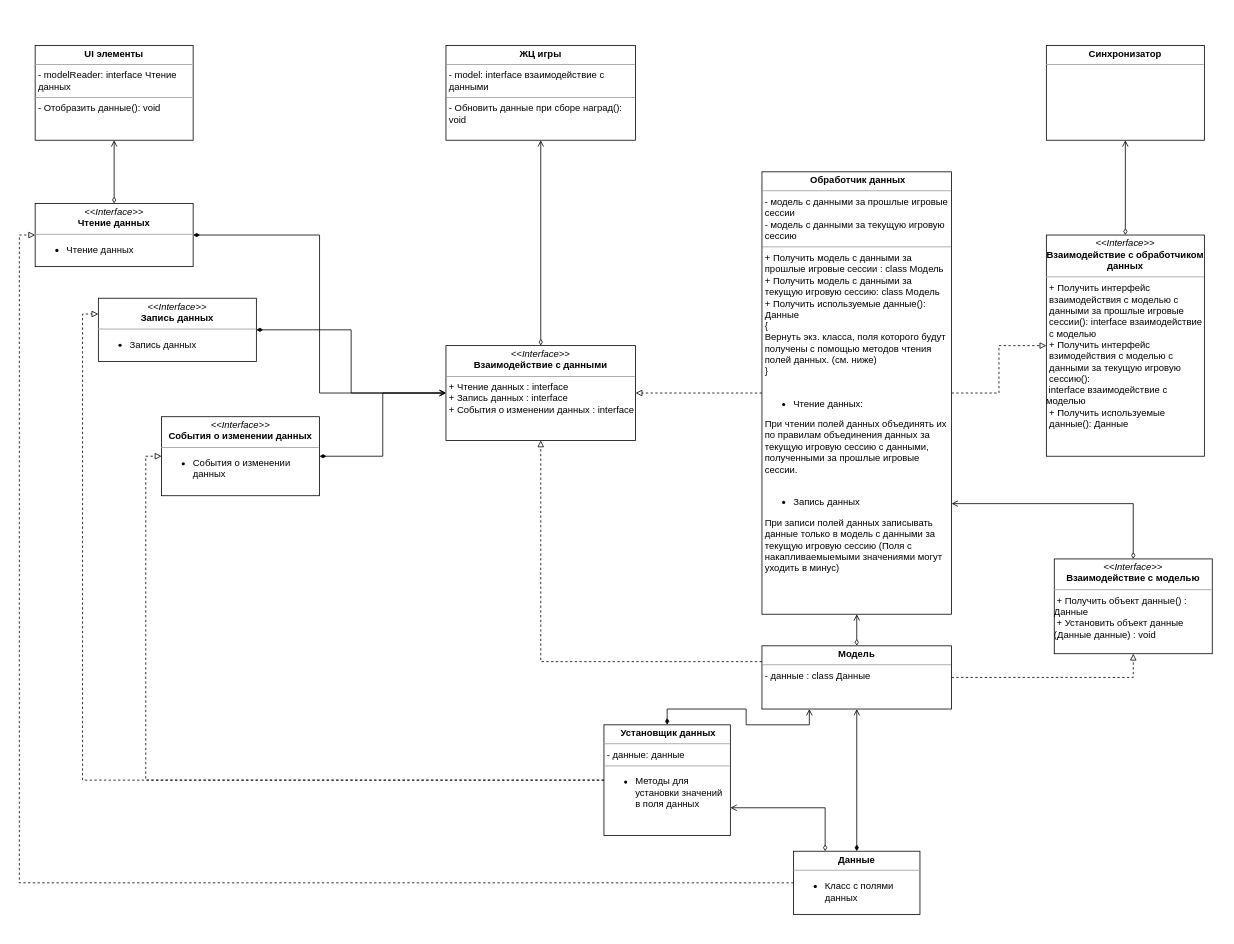
This is Документация/Проектирование кода/Работа с данными/Модель с данными UML.drawio from PurposeTo/JumpingDreamer, a draw.io file, before an edit. Source tidied: cells renumbered, new cells numbered last; positions are measured from the earlier drawing's top-left corner, leaving out a move shared by most shapes. Both pictures are drawn from the tidied source at 79%, with x=0, y=0 at pixel (35, 45).
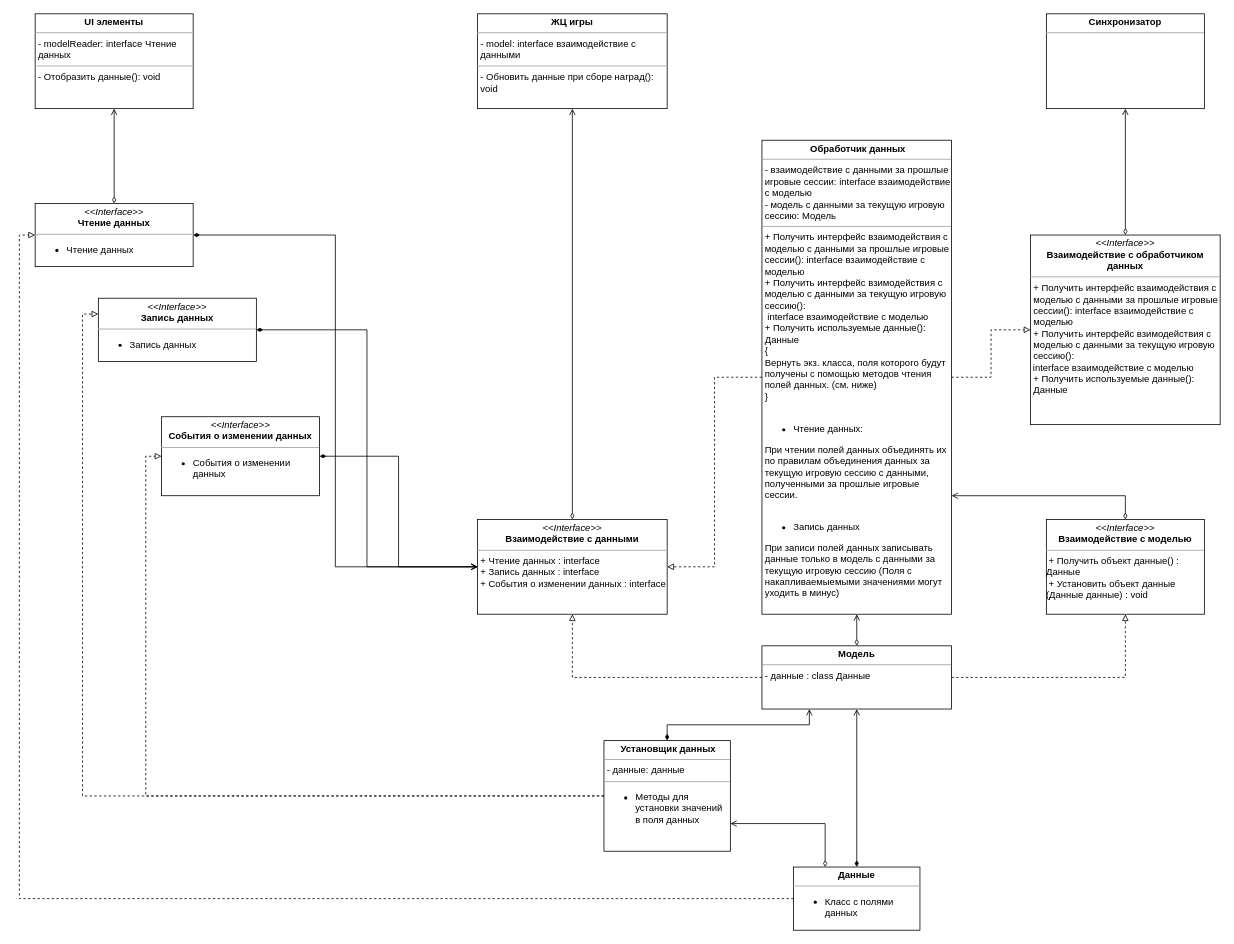
After the change.

Commit message (it also covers changes not shown here):
Update Работа с данными

The change refers to these unchanged cells:
```xml
<mxCell id="23" value="&lt;p style=&quot;margin: 0px ; margin-top: 4px ; text-align: center&quot;&gt;&lt;b&gt;Модель&lt;/b&gt;&lt;/p&gt;&lt;hr size=&quot;1&quot;&gt;&lt;p style=&quot;margin: 0px ; margin-left: 4px&quot;&gt;- данные : class Данные&lt;/p&gt;" style="verticalAlign=top;align=left;overflow=fill;fontSize=12;fontFamily=Helvetica;html=1;whiteSpace=wrap;" parent="1" vertex="1">
  <mxGeometry x="920" y="760" width="240" height="80" as="geometry" />
</mxCell>
```

The edit, as a diff of the source:
```diff
@@
-    <mxCell id="6" value="&lt;p style=&quot;margin: 0px ; margin-top: 4px ; text-align: center&quot;&gt;&lt;b&gt;&amp;nbsp;Обработчик данных&lt;/b&gt;&lt;/p&gt;&lt;hr size=&quot;1&quot;&gt;&lt;p style=&quot;margin: 0px 0px 0px 4px&quot;&gt;- модель&amp;nbsp;с данными за прошлые игровые сессии&lt;/p&gt;&lt;p style=&quot;margin: 0px 0px 0px 4px&quot;&gt;- модель с данными за текущую игровую сессию&lt;/p&gt;&lt;hr size=&quot;1&quot;&gt;&lt;p style=&quot;margin: 0px ; margin-left: 4px&quot;&gt;+ Получить модель с данными за прошлые игровые сессии : class Модель&lt;/p&gt;&lt;p style=&quot;margin: 0px ; margin-left: 4px&quot;&gt;+ Получить модель с данными за текущую игровую сессию: class Модель&lt;/p&gt;&lt;p style=&quot;margin: 0px ; margin-left: 4px&quot;&gt;+ Получить используемые данные(): Данные&lt;/p&gt;&lt;p style=&quot;margin: 0px ; margin-left: 4px&quot;&gt;{&lt;/p&gt;&lt;p style=&quot;margin: 0px ; margin-left: 4px&quot;&gt;Вернуть экз. класса, поля которого будут получены с помощью методов чтения полей данных. (см. ниже)&lt;/p&gt;&lt;p style=&quot;margin: 0px ; margin-left: 4px&quot;&gt;}&lt;/p&gt;&lt;p style=&quot;margin: 0px ; margin-left: 4px&quot;&gt;&lt;br&gt;&lt;/p&gt;&lt;p style=&quot;margin: 0px ; margin-left: 4px&quot;&gt;&lt;/p&gt;&lt;ul&gt;&lt;li&gt;Чтение данных:&lt;/li&gt;&lt;/ul&gt;&lt;p&gt;&lt;/p&gt;&lt;p style=&quot;margin: 0px ; margin-left: 4px&quot;&gt;При чтении полей данных объединять их по правилам объединения данных за текущую игровую сессию с данными, полученными за прошлые игровые сессии.&lt;br&gt;&lt;/p&gt;&lt;p style=&quot;margin: 0px ; margin-left: 4px&quot;&gt;&lt;br&gt;&lt;/p&gt;&lt;p style=&quot;margin: 0px ; margin-left: 4px&quot;&gt;&lt;/p&gt;&lt;ul&gt;&lt;li&gt;Запись данных&lt;/li&gt;&lt;/ul&gt;&lt;p&gt;&lt;/p&gt;&lt;p style=&quot;margin: 0px ; margin-left: 4px&quot;&gt;При записи полей данных записывать данные только в модель с данными за текущую игровую сессию (Поля с накапливаемыемыми значениями могут уходить в минус)&lt;/p&gt;" style="verticalAlign=top;align=left;overflow=fill;fontSize=12;fontFamily=Helvetica;html=1;whiteSpace=wrap;" parent="1" vertex="1">
-      <mxGeometry x="920" y="160" width="240" height="560" as="geometry" />
+    <mxCell id="6" value="&lt;p style=&quot;margin: 0px ; margin-top: 4px ; text-align: center&quot;&gt;&lt;b&gt;&amp;nbsp;Обработчик данных&lt;/b&gt;&lt;/p&gt;&lt;hr size=&quot;1&quot;&gt;&lt;p style=&quot;margin: 0px 0px 0px 4px&quot;&gt;- взаимодействие с данными за прошлые игровые сессии: interface взаимодействие с моделью&lt;/p&gt;&lt;p style=&quot;margin: 0px 0px 0px 4px&quot;&gt;- модель с данными за текущую игровую сессию: Модель&amp;nbsp;&lt;/p&gt;&lt;hr size=&quot;1&quot;&gt;&lt;p style=&quot;margin: 0px ; margin-left: 4px&quot;&gt;+ Получить интерфейс взаимодействия с моделью с данными за прошлые игровые сессии(): interface взаимодействие с моделью&lt;br&gt;&lt;/p&gt;&lt;p style=&quot;margin: 0px 0px 0px 4px&quot;&gt;+ Получить интерфейс взимодействия с моделью с данными за текущую игровую сессию():&amp;nbsp;&lt;/p&gt;&lt;p style=&quot;margin: 0px ; margin-left: 4px&quot;&gt;&amp;nbsp;interface взаимодействие с моделью&lt;br&gt;&lt;/p&gt;&lt;p style=&quot;margin: 0px ; margin-left: 4px&quot;&gt;+ Получить используемые данные(): Данные&lt;/p&gt;&lt;p style=&quot;margin: 0px ; margin-left: 4px&quot;&gt;{&lt;/p&gt;&lt;p style=&quot;margin: 0px ; margin-left: 4px&quot;&gt;Вернуть экз. класса, поля которого будут получены с помощью методов чтения полей данных. (см. ниже)&lt;/p&gt;&lt;p style=&quot;margin: 0px ; margin-left: 4px&quot;&gt;}&lt;/p&gt;&lt;p style=&quot;margin: 0px ; margin-left: 4px&quot;&gt;&lt;br&gt;&lt;/p&gt;&lt;p style=&quot;margin: 0px ; margin-left: 4px&quot;&gt;&lt;/p&gt;&lt;ul&gt;&lt;li&gt;Чтение данных:&lt;/li&gt;&lt;/ul&gt;&lt;p&gt;&lt;/p&gt;&lt;p style=&quot;margin: 0px ; margin-left: 4px&quot;&gt;При чтении полей данных объединять их по правилам объединения данных за текущую игровую сессию с данными, полученными за прошлые игровые сессии.&lt;br&gt;&lt;/p&gt;&lt;p style=&quot;margin: 0px ; margin-left: 4px&quot;&gt;&lt;br&gt;&lt;/p&gt;&lt;p style=&quot;margin: 0px ; margin-left: 4px&quot;&gt;&lt;/p&gt;&lt;ul&gt;&lt;li&gt;Запись данных&lt;/li&gt;&lt;/ul&gt;&lt;p&gt;&lt;/p&gt;&lt;p style=&quot;margin: 0px ; margin-left: 4px&quot;&gt;При записи полей данных записывать данные только в модель с данными за текущую игровую сессию (Поля с накапливаемыемыми значениями могут уходить в минус)&lt;/p&gt;" style="verticalAlign=top;align=left;overflow=fill;fontSize=12;fontFamily=Helvetica;html=1;whiteSpace=wrap;" parent="1" vertex="1">
+      <mxGeometry x="920" y="120" width="240" height="600" as="geometry" />
     </mxCell>
@@
     <mxCell id="10" value="&lt;p style=&quot;margin: 0px ; margin-top: 4px ; text-align: center&quot;&gt;&lt;b&gt;Синхронизатор&lt;/b&gt;&lt;/p&gt;&lt;hr size=&quot;1&quot;&gt;&lt;p style=&quot;margin: 0px ; margin-left: 4px&quot;&gt;&lt;br&gt;&lt;/p&gt;" style="verticalAlign=top;align=left;overflow=fill;fontSize=12;fontFamily=Helvetica;html=1;whiteSpace=wrap;" parent="1" vertex="1">
-      <mxGeometry x="1280" width="200" height="120" as="geometry" />
+      <mxGeometry x="1280" y="-40" width="200" height="120" as="geometry" />
     </mxCell>
@@
     <mxCell id="16" value="&lt;p style=&quot;margin: 0px ; margin-top: 4px ; text-align: center&quot;&gt;&lt;i&gt;&amp;lt;&amp;lt;Interface&amp;gt;&amp;gt;&lt;/i&gt;&lt;br&gt;&lt;b&gt;Взаимодействие с моделью&lt;/b&gt;&lt;/p&gt;&lt;hr size=&quot;1&quot;&gt;&lt;p style=&quot;margin: 0px ; margin-left: 4px&quot;&gt;&lt;/p&gt;&lt;span&gt;&amp;nbsp;+ Получить объект данные() :&amp;nbsp; Данные&lt;/span&gt;&lt;br&gt;&lt;span&gt;&amp;nbsp;+ Установить объект данные (Данные данные) : void&lt;/span&gt;&lt;br&gt;&lt;p&gt;&lt;/p&gt;" style="verticalAlign=top;align=left;overflow=fill;fontSize=12;fontFamily=Helvetica;html=1;whiteSpace=wrap;" parent="1" vertex="1">
-      <mxGeometry x="1290" y="650" width="200" height="120" as="geometry" />
+      <mxGeometry x="1280" y="600" width="200" height="120" as="geometry" />
     </mxCell>
@@
     <mxCell id="19" value="&lt;p style=&quot;margin: 0px ; margin-top: 4px ; text-align: center&quot;&gt;&lt;b&gt;UI элементы&lt;/b&gt;&lt;br&gt;&lt;/p&gt;&lt;hr size=&quot;1&quot;&gt;&lt;p style=&quot;margin: 0px ; margin-left: 4px&quot;&gt;- modelReader: interface Чтение данных&lt;br&gt;&lt;/p&gt;&lt;hr size=&quot;1&quot;&gt;&lt;p style=&quot;margin: 0px ; margin-left: 4px&quot;&gt;- Отобразить данные(): void&lt;br&gt;&lt;/p&gt;" style="verticalAlign=top;align=left;overflow=fill;fontSize=12;fontFamily=Helvetica;html=1;whiteSpace=wrap;" parent="1" vertex="1">
-      <mxGeometry width="200" height="120" as="geometry" />
+      <mxGeometry y="-40" width="200" height="120" as="geometry" />
     </mxCell>
     <mxCell id="20" value="&lt;p style=&quot;margin: 0px ; margin-top: 4px ; text-align: center&quot;&gt;&lt;b&gt;ЖЦ игры&lt;/b&gt;&lt;br&gt;&lt;/p&gt;&lt;hr size=&quot;1&quot;&gt;&lt;p style=&quot;margin: 0px ; margin-left: 4px&quot;&gt;- model: interface взаимодействие с данными&lt;br&gt;&lt;/p&gt;&lt;hr size=&quot;1&quot;&gt;&lt;p style=&quot;margin: 0px ; margin-left: 4px&quot;&gt;- Обновить данные при сборе наград(): void&lt;br&gt;&lt;/p&gt;" style="verticalAlign=top;align=left;overflow=fill;fontSize=12;fontFamily=Helvetica;html=1;whiteSpace=wrap;" parent="1" vertex="1">
-      <mxGeometry x="520" width="240" height="120" as="geometry" />
+      <mxGeometry x="560" y="-40" width="240" height="120" as="geometry" />
     </mxCell>
     <mxCell id="21" value="&lt;p style=&quot;margin: 0px ; margin-top: 4px ; text-align: center&quot;&gt;&lt;/p&gt;&lt;p style=&quot;margin: 4px 0px 0px ; text-align: center&quot;&gt;&lt;i&gt;&amp;lt;&amp;lt;Interface&amp;gt;&amp;gt;&lt;/i&gt;&lt;br&gt;&lt;b&gt;Взаимодействие с данными&lt;/b&gt;&lt;/p&gt;&lt;hr size=&quot;1&quot;&gt;&lt;p style=&quot;margin: 0px ; margin-left: 4px&quot;&gt;+ Чтение данных : interface&lt;/p&gt;&lt;p style=&quot;margin: 0px ; margin-left: 4px&quot;&gt;+ Запись данных : interface&lt;/p&gt;&lt;p style=&quot;margin: 0px ; margin-left: 4px&quot;&gt;+ События о изменении данных : i&lt;span&gt;nterface&lt;/span&gt;&lt;/p&gt;" style="verticalAlign=top;align=left;overflow=fill;fontSize=12;fontFamily=Helvetica;html=1;whiteSpace=wrap;" parent="1" vertex="1">
-      <mxGeometry x="520" y="380" width="240" height="120" as="geometry" />
+      <mxGeometry x="560" y="600" width="240" height="120" as="geometry" />
     </mxCell>
     <mxCell id="22" value="&lt;p style=&quot;margin: 0px ; margin-top: 4px ; text-align: center&quot;&gt;&lt;b&gt;Данные&lt;/b&gt;&lt;/p&gt;&lt;hr size=&quot;1&quot;&gt;&lt;p style=&quot;margin: 0px ; margin-left: 4px&quot;&gt;&lt;/p&gt;&lt;ul&gt;&lt;li&gt;Класс с полями данных&lt;/li&gt;&lt;/ul&gt;&lt;p&gt;&lt;/p&gt;" style="verticalAlign=top;align=left;overflow=fill;fontSize=12;fontFamily=Helvetica;html=1;whiteSpace=wrap;" parent="1" vertex="1">
-      <mxGeometry x="960" y="1020" width="160" height="80" as="geometry" />
+      <mxGeometry x="960" y="1040" width="160" height="80" as="geometry" />
     </mxCell>
@@
-    <mxCell id="24" value="&lt;p style=&quot;margin: 0px ; margin-top: 4px ; text-align: center&quot;&gt;&lt;i&gt;&amp;lt;&amp;lt;Interface&amp;gt;&amp;gt;&lt;/i&gt;&lt;br&gt;&lt;b&gt;Взаимодействие с обработчиком данных&lt;/b&gt;&lt;/p&gt;&lt;hr size=&quot;1&quot;&gt;&lt;p style=&quot;margin: 0px 0px 0px 4px&quot;&gt;+ Получить интерфейс взаимодействия с моделью с данными за прошлые игровые сессии(): interface взаимодействие с моделью&lt;/p&gt;&lt;p style=&quot;margin: 0px 0px 0px 4px&quot;&gt;+ Получить интерфейс взимодействия с моделью с данными за текущую игровую сессию():&amp;nbsp;&lt;/p&gt;&amp;nbsp;interface взаимодействие с моделью&lt;p style=&quot;margin: 0px 0px 0px 4px&quot;&gt;+ Получить используемые данные(): Данные&lt;/p&gt;&lt;br&gt;&lt;p&gt;&lt;/p&gt;" style="verticalAlign=top;align=left;overflow=fill;fontSize=12;fontFamily=Helvetica;html=1;whiteSpace=wrap;" parent="1" vertex="1">
-      <mxGeometry x="1280" y="240" width="200" height="280" as="geometry" />
-    </mxCell>
@@
-    <mxCell id="27" style="edgeStyle=orthogonalEdgeStyle;rounded=0;jettySize=auto;html=1;entryX=0.5;entryY=1;entryDx=0;entryDy=0;fontSize=14;endArrow=block;endFill=0;dashed=1;exitX=0;exitY=0.25;exitDx=0;exitDy=0;" parent="1" edge="1" source="23" target="21">
+    <mxCell id="27" style="edgeStyle=orthogonalEdgeStyle;rounded=0;jettySize=auto;html=1;entryX=0.5;entryY=1;entryDx=0;entryDy=0;fontSize=14;endArrow=block;endFill=0;dashed=1;exitX=0;exitY=0.5;exitDx=0;exitDy=0;" parent="1" edge="1" source="23" target="21">
       <mxGeometry relative="1" as="geometry" />
     </mxCell>
@@
     <mxCell id="30" value="&lt;p style=&quot;margin: 0px ; margin-top: 4px ; text-align: center&quot;&gt;&lt;/p&gt;&lt;p style=&quot;margin: 4px 0px 0px ; text-align: center&quot;&gt;&lt;b&gt;&amp;nbsp;&lt;/b&gt;&lt;b&gt;Установщик данных&lt;/b&gt;&lt;/p&gt;&lt;hr size=&quot;1&quot;&gt;&lt;p style=&quot;margin: 0px 0px 0px 4px&quot;&gt;- данные: данные&lt;/p&gt;&lt;hr size=&quot;1&quot;&gt;&lt;p style=&quot;margin: 0px 0px 0px 4px&quot;&gt;&lt;/p&gt;&lt;ul&gt;&lt;li&gt;Методы для установки значений в поля данных&lt;/li&gt;&lt;/ul&gt;&lt;p&gt;&lt;/p&gt;&lt;p&gt;&lt;/p&gt;" style="verticalAlign=top;align=left;overflow=fill;fontSize=12;fontFamily=Helvetica;html=1;whiteSpace=wrap;" parent="1" vertex="1">
-      <mxGeometry x="720" y="860" width="160" height="140" as="geometry" />
+      <mxGeometry x="720" y="880" width="160" height="140" as="geometry" />
     </mxCell>
@@
+    <mxCell id="24" value="&lt;p style=&quot;margin: 0px ; margin-top: 4px ; text-align: center&quot;&gt;&lt;i&gt;&amp;lt;&amp;lt;Interface&amp;gt;&amp;gt;&lt;/i&gt;&lt;br&gt;&lt;b&gt;Взаимодействие с обработчиком данных&lt;/b&gt;&lt;/p&gt;&lt;hr size=&quot;1&quot;&gt;&lt;p style=&quot;margin: 0px 0px 0px 4px&quot;&gt;+ Получить интерфейс взаимодействия с моделью с данными за прошлые игровые сессии(): interface взаимодействие с моделью&lt;/p&gt;&lt;p style=&quot;margin: 0px 0px 0px 4px&quot;&gt;+ Получить интерфейс взимодействия с моделью с данными за текущую игровую сессию():&amp;nbsp;&lt;/p&gt;&amp;nbsp;interface взаимодействие с моделью&lt;p style=&quot;margin: 0px 0px 0px 4px&quot;&gt;+ Получить используемые данные(): Данные&lt;/p&gt;&lt;br&gt;&lt;p&gt;&lt;/p&gt;" style="verticalAlign=top;align=left;overflow=fill;fontSize=12;fontFamily=Helvetica;html=1;whiteSpace=wrap;" parent="1" vertex="1">
+      <mxGeometry x="1260" y="240" width="240" height="240" as="geometry" />
+    </mxCell>
```
